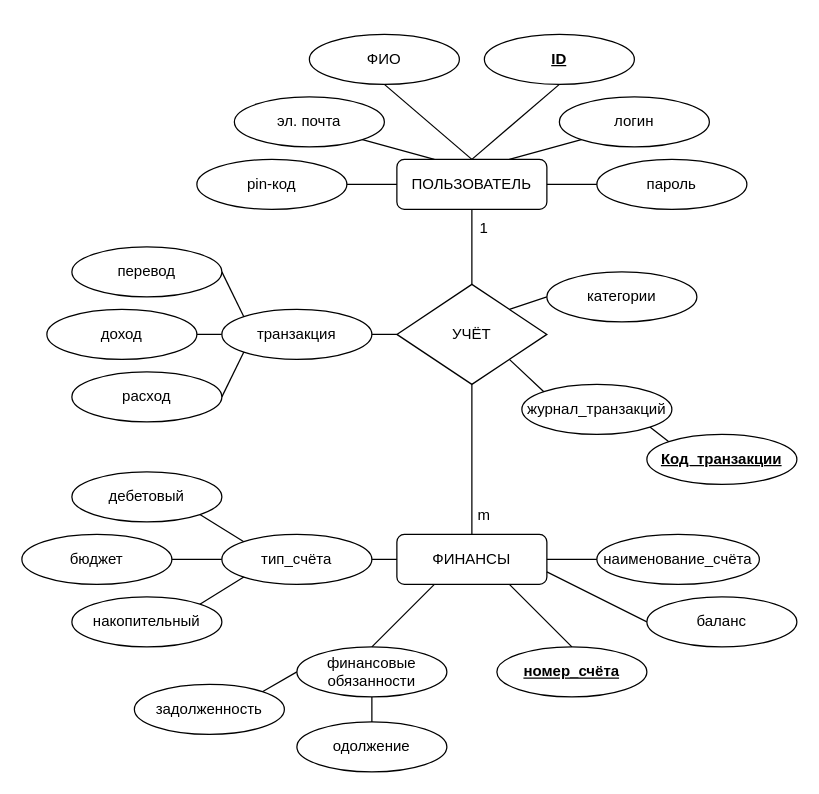
h31l0k1tty/coursework2023 keeps this draw.io diagram as Концепт.drawio. Above is the earlier version. Source tidied: cells renumbered, new cells numbered last; positions are measured from the earlier drawing's top-left corner, leaving out a move shared by most shapes. Both pictures are drawn from the tidied source at 125%, with x=0, y=0 at pixel (21, 34).
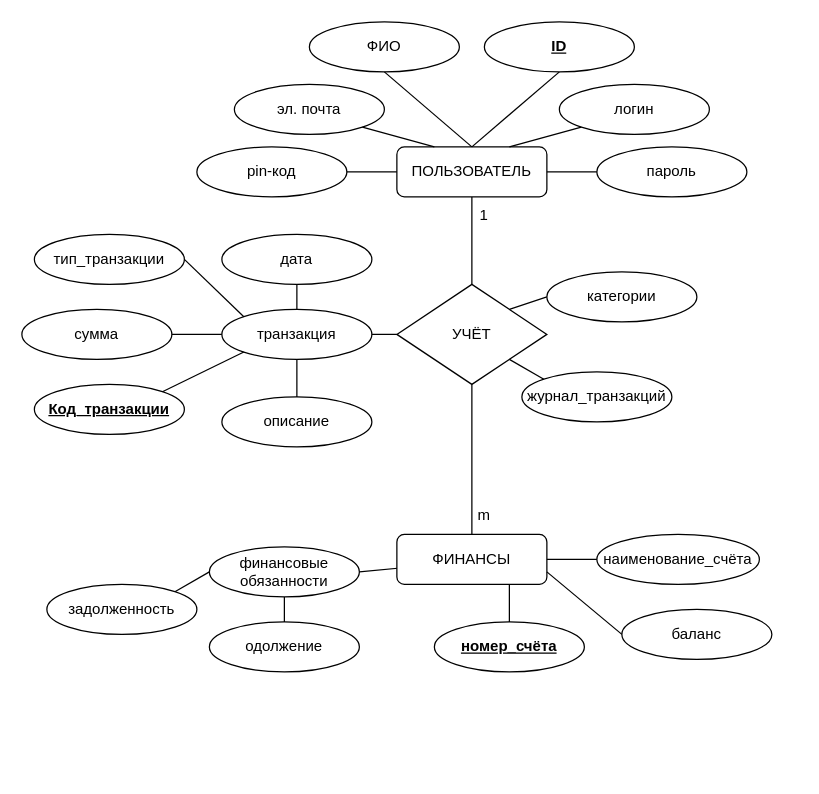
After the change.

The change refers to these unchanged cells:
```xml
<mxCell id="4" value="ФИНАНСЫ" style="rounded=1;whiteSpace=wrap;html=1;" parent="1" vertex="1">
  <mxGeometry x="300" y="400" width="120" height="40" as="geometry" />
</mxCell>
<mxCell id="39" value="транзакция" style="ellipse;whiteSpace=wrap;html=1;" parent="1" vertex="1">
  <mxGeometry x="160" y="220" width="120" height="40" as="geometry" />
</mxCell>
```

What changed in the source:
```diff
@@
     <mxCell id="2" value="ПОЛЬЗОВАТЕЛЬ" style="rounded=1;whiteSpace=wrap;html=1;" parent="1" vertex="1">
-      <mxGeometry x="300" y="100" width="120" height="40" as="geometry" />
+      <mxGeometry x="300" y="90" width="120" height="40" as="geometry" />
     </mxCell>
@@
+    <mxCell id="55" style="rounded=0;jettySize=auto;html=1;exitX=0.009;exitY=0.903;exitDx=0;exitDy=0;entryX=1;entryY=0.5;entryDx=0;entryDy=0;endArrow=none;endFill=0;exitPerimeter=0;" parent="1" edge="1" target="34">
+      <mxGeometry relative="1" as="geometry">
+        <mxPoint x="311.1" y="426.1" as="sourcePoint" />
+      </mxGeometry>
+    </mxCell>
@@
     <mxCell id="7" value="логин" style="ellipse;whiteSpace=wrap;html=1;" parent="1" vertex="1">
-      <mxGeometry x="430" y="50" width="120" height="40" as="geometry" />
+      <mxGeometry x="430" y="40" width="120" height="40" as="geometry" />
     </mxCell>
     <mxCell id="8" value="пароль" style="ellipse;whiteSpace=wrap;html=1;" parent="1" vertex="1">
-      <mxGeometry x="460" y="100" width="120" height="40" as="geometry" />
+      <mxGeometry x="460" y="90" width="120" height="40" as="geometry" />
     </mxCell>
     <mxCell id="9" value="ФИО" style="ellipse;whiteSpace=wrap;html=1;" parent="1" vertex="1">
-      <mxGeometry x="230" width="120" height="40" as="geometry" />
+      <mxGeometry x="230" y="-10" width="120" height="40" as="geometry" />
     </mxCell>
     <mxCell id="10" value="эл. почта" style="ellipse;whiteSpace=wrap;html=1;" parent="1" vertex="1">
-      <mxGeometry x="170" y="50" width="120" height="40" as="geometry" />
+      <mxGeometry x="170" y="40" width="120" height="40" as="geometry" />
     </mxCell>
     <mxCell id="11" value="pin-код" style="ellipse;whiteSpace=wrap;html=1;" parent="1" vertex="1">
-      <mxGeometry x="140" y="100" width="120" height="40" as="geometry" />
+      <mxGeometry x="140" y="90" width="120" height="40" as="geometry" />
     </mxCell>
@@
     <mxCell id="17" value="&lt;b&gt;&lt;u&gt;номер_счёта&lt;/u&gt;&lt;/b&gt;" style="ellipse;whiteSpace=wrap;html=1;" parent="1" vertex="1">
-      <mxGeometry x="380" y="490" width="120" height="40" as="geometry" />
+      <mxGeometry x="330" y="470" width="120" height="40" as="geometry" />
     </mxCell>
@@
     <mxCell id="19" value="баланс" style="ellipse;whiteSpace=wrap;html=1;" parent="1" vertex="1">
-      <mxGeometry x="500" y="450" width="120" height="40" as="geometry" />
+      <mxGeometry x="480" y="460" width="120" height="40" as="geometry" />
     </mxCell>
-    <mxCell id="20" style="rounded=0;jettySize=auto;html=1;exitX=0;exitY=0.5;exitDx=0;exitDy=0;entryX=1;entryY=0.5;entryDx=0;entryDy=0;endArrow=none;endFill=0;" parent="1" edge="1" source="22" target="42">
-      <mxGeometry relative="1" as="geometry" />
-    </mxCell>
-    <mxCell id="21" style="rounded=0;jettySize=auto;html=1;exitX=0;exitY=0;exitDx=0;exitDy=0;entryX=1;entryY=1;entryDx=0;entryDy=0;endArrow=none;endFill=0;" parent="1" edge="1" source="22" target="43">
-      <mxGeometry relative="1" as="geometry" />
-    </mxCell>
-    <mxCell id="22" value="тип_счёта" style="ellipse;whiteSpace=wrap;html=1;" parent="1" vertex="1">
-      <mxGeometry x="160" y="400" width="120" height="40" as="geometry" />
-    </mxCell>
@@
-    <mxCell id="24" style="endArrow=none;html=1;rounded=0;entryX=1;entryY=0.5;entryDx=0;entryDy=0;exitX=0;exitY=0.5;exitDx=0;exitDy=0;" parent="1" edge="1" source="4" target="22">
-      <mxGeometry relative="1" as="geometry" />
-    </mxCell>
@@
     <mxCell id="27" value="1" style="text;html=1;strokeColor=none;fillColor=none;align=center;verticalAlign=middle;whiteSpace=wrap;rounded=0;" parent="1" vertex="1">
-      <mxGeometry x="360" y="140" width="20" height="30" as="geometry" />
+      <mxGeometry x="360" y="130" width="20" height="30" as="geometry" />
     </mxCell>
@@
-    <mxCell id="29" style="endArrow=none;html=1;rounded=0;entryX=0;entryY=1;entryDx=0;entryDy=0;exitX=1;exitY=0;exitDx=0;exitDy=0;" parent="1" edge="1" source="41" target="22">
-      <mxGeometry relative="1" as="geometry" />
-    </mxCell>
-    <mxCell id="30" style="rounded=0;jettySize=auto;html=1;exitX=1;exitY=1;exitDx=0;exitDy=0;entryX=0;entryY=0;entryDx=0;entryDy=0;endArrow=none;endFill=0;" parent="1" edge="1" source="31" target="54">
-      <mxGeometry relative="1" as="geometry" />
-    </mxCell>
     <mxCell id="31" value="журнал_транзакций" style="ellipse;whiteSpace=wrap;html=1;" parent="1" vertex="1">
-      <mxGeometry x="400" y="280" width="120" height="40" as="geometry" />
+      <mxGeometry x="400" y="270" width="120" height="40" as="geometry" />
     </mxCell>
@@
     <mxCell id="34" value="финансовые обязанности" style="ellipse;whiteSpace=wrap;html=1;" parent="1" vertex="1">
-      <mxGeometry x="220" y="490" width="120" height="40" as="geometry" />
+      <mxGeometry x="150" y="410" width="120" height="40" as="geometry" />
     </mxCell>
-    <mxCell id="35" style="endArrow=none;html=1;rounded=0;exitX=0.5;exitY=0;exitDx=0;exitDy=0;entryX=0.25;entryY=1;entryDx=0;entryDy=0;" parent="1" edge="1" source="34" target="4">
-      <mxGeometry relative="1" as="geometry" />
-    </mxCell>
-    <mxCell id="36" style="rounded=0;jettySize=auto;html=1;exitX=0;exitY=0;exitDx=0;exitDy=0;entryX=1;entryY=0.5;entryDx=0;entryDy=0;endArrow=none;endFill=0;" parent="1" edge="1" source="39" target="46">
-      <mxGeometry relative="1" as="geometry" />
-    </mxCell>
-    <mxCell id="37" style="rounded=0;jettySize=auto;html=1;exitX=0;exitY=0.5;exitDx=0;exitDy=0;entryX=1;entryY=0.5;entryDx=0;entryDy=0;endArrow=none;endFill=0;" parent="1" edge="1" source="39" target="44">
-      <mxGeometry relative="1" as="geometry" />
-    </mxCell>
-    <mxCell id="38" style="rounded=0;jettySize=auto;html=1;exitX=0;exitY=1;exitDx=0;exitDy=0;entryX=1;entryY=0.5;entryDx=0;entryDy=0;endArrow=none;endFill=0;" parent="1" edge="1" source="39" target="45">
-      <mxGeometry relative="1" as="geometry" />
-    </mxCell>
@@
-    <mxCell id="41" value="накопительный" style="ellipse;whiteSpace=wrap;html=1;" parent="1" vertex="1">
-      <mxGeometry x="40" y="450" width="120" height="40" as="geometry" />
-    </mxCell>
-    <mxCell id="42" value="бюджет" style="ellipse;whiteSpace=wrap;html=1;" parent="1" vertex="1">
-      <mxGeometry y="400" width="120" height="40" as="geometry" />
-    </mxCell>
-    <mxCell id="43" value="&lt;div&gt;дебетовый&lt;/div&gt;" style="ellipse;whiteSpace=wrap;html=1;" parent="1" vertex="1">
-      <mxGeometry x="40" y="350" width="120" height="40" as="geometry" />
-    </mxCell>
-    <mxCell id="44" value="доход" style="ellipse;whiteSpace=wrap;html=1;" parent="1" vertex="1">
-      <mxGeometry x="20" y="220" width="120" height="40" as="geometry" />
-    </mxCell>
-    <mxCell id="45" value="расход" style="ellipse;whiteSpace=wrap;html=1;" parent="1" vertex="1">
-      <mxGeometry x="40" y="270" width="120" height="40" as="geometry" />
-    </mxCell>
-    <mxCell id="46" value="перевод" style="ellipse;whiteSpace=wrap;html=1;" parent="1" vertex="1">
-      <mxGeometry x="40" y="170" width="120" height="40" as="geometry" />
-    </mxCell>
@@
     <mxCell id="49" value="задолженность" style="ellipse;whiteSpace=wrap;html=1;" parent="1" vertex="1">
-      <mxGeometry x="90" y="520" width="120" height="40" as="geometry" />
+      <mxGeometry x="20" y="440" width="120" height="40" as="geometry" />
     </mxCell>
     <mxCell id="50" value="одолжение" style="ellipse;whiteSpace=wrap;html=1;" parent="1" vertex="1">
-      <mxGeometry x="220" y="550" width="120" height="40" as="geometry" />
+      <mxGeometry x="150" y="470" width="120" height="40" as="geometry" />
     </mxCell>
@@
     <mxCell id="52" style="rounded=0;jettySize=auto;html=1;exitX=0.5;exitY=1;exitDx=0;exitDy=0;endArrow=none;endFill=0;" parent="1" edge="1" source="53">
       <mxGeometry relative="1" as="geometry">
-        <mxPoint x="360" y="100" as="targetPoint" />
+        <mxPoint x="360" y="90" as="targetPoint" />
       </mxGeometry>
     </mxCell>
     <mxCell id="53" value="&lt;b&gt;&lt;u&gt;ID&lt;/u&gt;&lt;/b&gt;" style="ellipse;whiteSpace=wrap;html=1;" parent="1" vertex="1">
-      <mxGeometry x="370" width="120" height="40" as="geometry" />
+      <mxGeometry x="370" y="-10" width="120" height="40" as="geometry" />
     </mxCell>
     <mxCell id="54" value="&lt;div&gt;&lt;b&gt;&lt;u&gt;Код_транзакции&lt;/u&gt;&lt;/b&gt;&lt;/div&gt;" style="ellipse;whiteSpace=wrap;html=1;" parent="1" vertex="1">
-      <mxGeometry x="500" y="320" width="120" height="40" as="geometry" />
+      <mxGeometry x="10" y="280" width="120" height="40" as="geometry" />
     </mxCell>
+    <mxCell id="56" value="тип_транзакции" style="ellipse;whiteSpace=wrap;html=1;" parent="1" vertex="1">
+      <mxGeometry x="10" y="160" width="120" height="40" as="geometry" />
+    </mxCell>
+    <mxCell id="57" style="endArrow=none;html=1;rounded=0;exitX=1;exitY=0;exitDx=0;exitDy=0;entryX=0;entryY=1;entryDx=0;entryDy=0;" parent="1" edge="1" source="54" target="39">
+      <mxGeometry relative="1" as="geometry" />
+    </mxCell>
+    <mxCell id="58" style="endArrow=none;html=1;rounded=0;exitX=1;exitY=0.5;exitDx=0;exitDy=0;entryX=0;entryY=0;entryDx=0;entryDy=0;" parent="1" edge="1" source="56" target="39">
+      <mxGeometry relative="1" as="geometry" />
+    </mxCell>
+    <mxCell id="59" value="описание" style="ellipse;whiteSpace=wrap;html=1;" parent="1" vertex="1">
+      <mxGeometry x="160" y="290" width="120" height="40" as="geometry" />
+    </mxCell>
+    <mxCell id="60" style="endArrow=none;html=1;rounded=0;exitX=0.5;exitY=0;exitDx=0;exitDy=0;entryX=0.5;entryY=1;entryDx=0;entryDy=0;" parent="1" edge="1" source="59" target="39">
+      <mxGeometry relative="1" as="geometry" />
+    </mxCell>
+    <mxCell id="61" value="дата" style="ellipse;whiteSpace=wrap;html=1;" parent="1" vertex="1">
+      <mxGeometry x="160" y="160" width="120" height="40" as="geometry" />
+    </mxCell>
+    <mxCell id="62" style="endArrow=none;html=1;rounded=0;exitX=0.5;exitY=1;exitDx=0;exitDy=0;entryX=0.5;entryY=0;entryDx=0;entryDy=0;" parent="1" edge="1" source="61" target="39">
+      <mxGeometry relative="1" as="geometry" />
+    </mxCell>
+    <mxCell id="63" value="сумма" style="ellipse;whiteSpace=wrap;html=1;" parent="1" vertex="1">
+      <mxGeometry y="220" width="120" height="40" as="geometry" />
+    </mxCell>
+    <mxCell id="64" style="endArrow=none;html=1;rounded=0;exitX=1;exitY=0.5;exitDx=0;exitDy=0;entryX=0;entryY=0.5;entryDx=0;entryDy=0;" parent="1" edge="1" source="63" target="39">
+      <mxGeometry relative="1" as="geometry" />
+    </mxCell>
```
